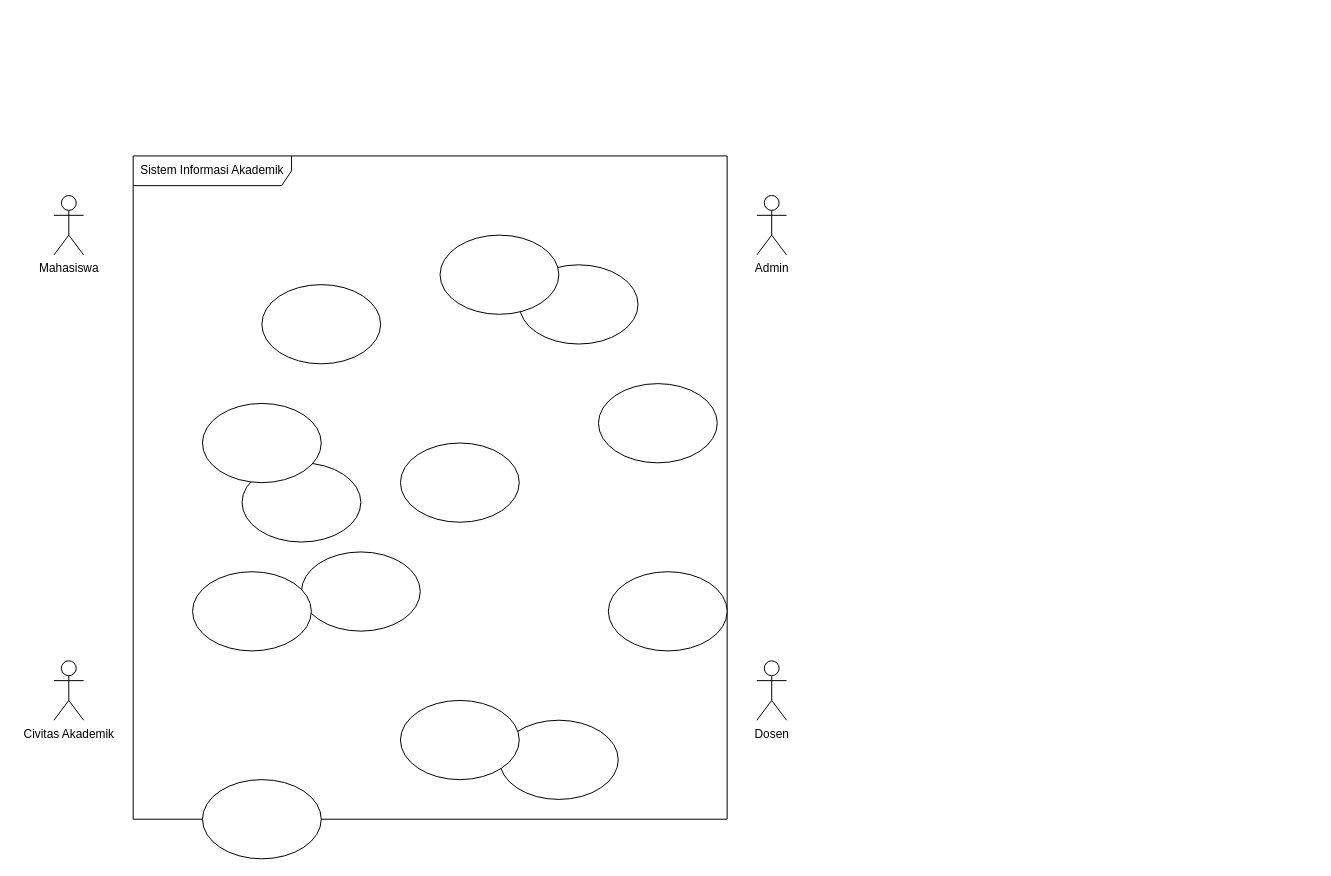
Earlier version of the draw.io diagram 03_latihan_tools/P04/SIA/P04_2406073_SIA_usecase.drawio (2406073-zid/IFRWP5149_2406073_LabAlat). Source tidied: cells renumbered, new cells numbered last; positions are measured from the earlier drawing's top-left corner, leaving out a move shared by most shapes. Both pictures are drawn from the tidied source at 99%, with x=0, y=0 at pixel (53, 155).
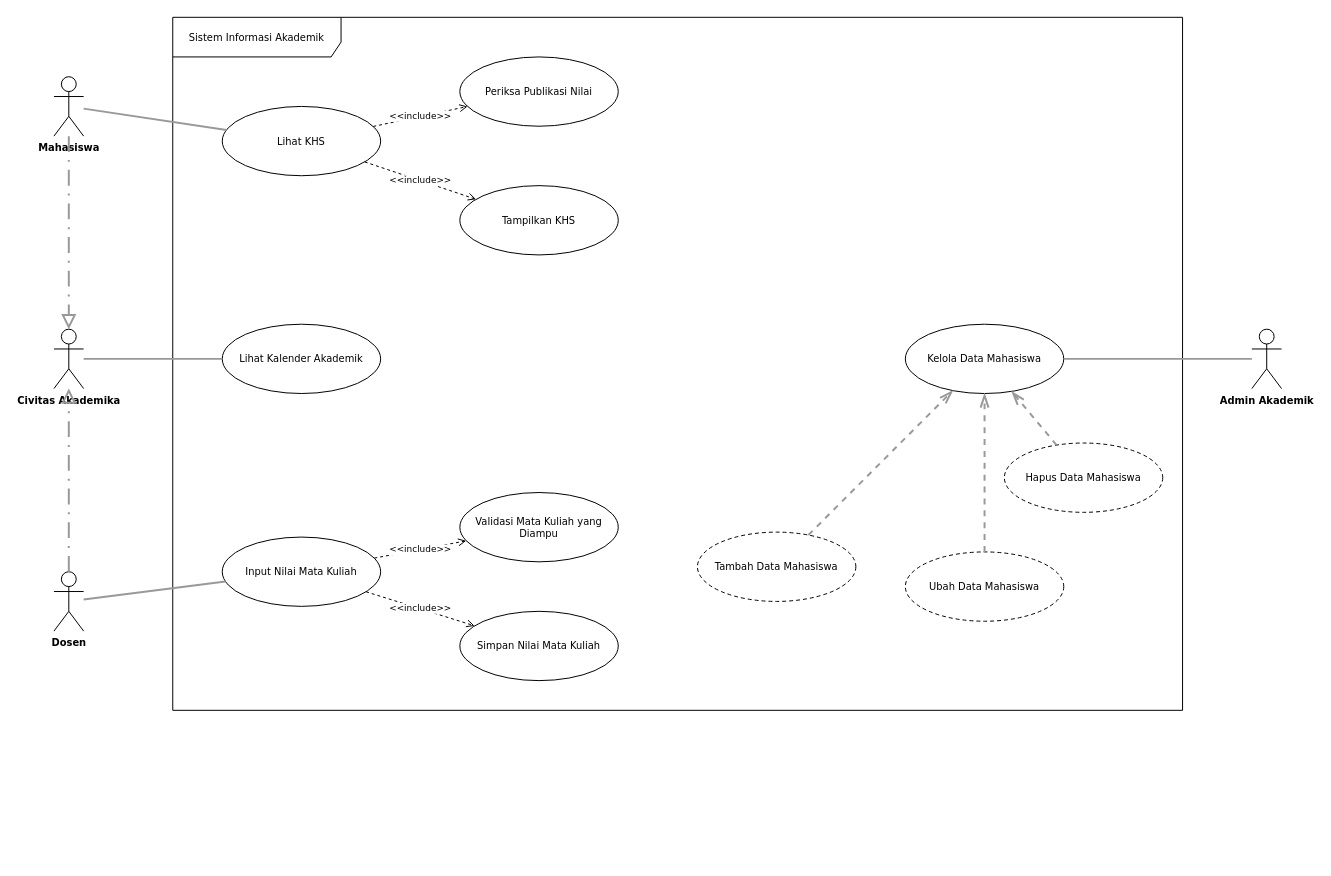
After the change.

Change to the diagram source:
```diff
@@
+    <mxCell id="6" value="Sistem Informasi Akademik" style="shape=umlFrame;whiteSpace=wrap;html=1;width=170;height=40;fontSize=10;fontFamily=Verdana;fillColor=none;strokeColor=#000000;" parent="1" vertex="1">
+      <mxGeometry x="120" y="-140" width="1020" height="700" as="geometry" />
+    </mxCell>
+    <mxCell id="4" value="Mahasiswa" style="shape=umlActor;verticalLabelPosition=bottom;verticalAlign=top;html=1;outlineConnect=0;fontSize=10;fontFamily=Verdana;fontStyle=1;" parent="1" vertex="1">
+      <mxGeometry y="-80" width="30" height="60" as="geometry" />
+    </mxCell>
+    <mxCell id="20" value="Civitas Akademika" style="shape=umlActor;verticalLabelPosition=bottom;verticalAlign=top;html=1;outlineConnect=0;fontSize=10;fontFamily=Verdana;fontStyle=1;" parent="1" vertex="1">
+      <mxGeometry y="175" width="30" height="60" as="geometry" />
+    </mxCell>
-    <mxCell id="2" value="Dosen" style="shape=umlActor;verticalLabelPosition=bottom;verticalAlign=top;html=1;outlineConnect=0;" parent="1" vertex="1">
-      <mxGeometry x="710" y="510" width="30" height="60" as="geometry" />
+    <mxCell id="2" value="Dosen" style="shape=umlActor;verticalLabelPosition=bottom;verticalAlign=top;html=1;outlineConnect=0;fontSize=10;fontFamily=Verdana;fontStyle=1;" parent="1" vertex="1">
+      <mxGeometry y="420" width="30" height="60" as="geometry" />
     </mxCell>
-    <mxCell id="3" value="Admin&lt;div&gt;&lt;br&gt;&lt;/div&gt;" style="shape=umlActor;verticalLabelPosition=bottom;verticalAlign=top;html=1;" parent="1" vertex="1">
-      <mxGeometry x="710" y="40" width="30" height="60" as="geometry" />
-    </mxCell>
-    <mxCell id="4" value="Mahasiswa" style="shape=umlActor;verticalLabelPosition=bottom;verticalAlign=top;html=1;outlineConnect=0;" parent="1" vertex="1">
-      <mxGeometry y="40" width="30" height="60" as="geometry" />
-    </mxCell>
-    <mxCell id="5" value="Civitas Akademik" style="shape=umlActor;verticalLabelPosition=bottom;verticalAlign=top;html=1;" parent="1" vertex="1">
-      <mxGeometry y="510" width="30" height="60" as="geometry" />
-    </mxCell>
-    <mxCell id="6" value="Sistem Informasi Akademik" style="shape=umlFrame;whiteSpace=wrap;html=1;width=160;" parent="1" vertex="1">
-      <mxGeometry x="80" width="600" height="670" as="geometry" />
-    </mxCell>
-    <mxCell id="7" style="ellipse;whiteSpace=wrap;html=1;shapeInside=1;" parent="6" vertex="1">
-      <mxGeometry x="130" y="130" width="120" height="80" as="geometry" />
-    </mxCell>
-    <mxCell id="8" style="ellipse;whiteSpace=wrap;html=1;shapeInside=1;" parent="1" vertex="1">
-      <mxGeometry x="350" y="290" width="120" height="80" as="geometry" />
-    </mxCell>
-    <mxCell id="9" style="ellipse;whiteSpace=wrap;html=1;shapeInside=1;" parent="1" vertex="1">
-      <mxGeometry x="250" y="400" width="120" height="80" as="geometry" />
-    </mxCell>
-    <mxCell id="10" style="ellipse;whiteSpace=wrap;html=1;shapeInside=1;" parent="1" vertex="1">
-      <mxGeometry x="550" y="230" width="120" height="80" as="geometry" />
-    </mxCell>
-    <mxCell id="11" style="ellipse;whiteSpace=wrap;html=1;shapeInside=1;" parent="1" vertex="1">
-      <mxGeometry x="470" y="110" width="120" height="80" as="geometry" />
-    </mxCell>
-    <mxCell id="12" style="ellipse;whiteSpace=wrap;html=1;shapeInside=1;" parent="1" vertex="1">
-      <mxGeometry x="390" y="80" width="120" height="80" as="geometry" />
-    </mxCell>
-    <mxCell id="13" style="ellipse;whiteSpace=wrap;html=1;shapeInside=1;" parent="1" vertex="1">
-      <mxGeometry x="190" y="310" width="120" height="80" as="geometry" />
-    </mxCell>
-    <mxCell id="14" style="ellipse;whiteSpace=wrap;html=1;shapeInside=1;" parent="1" vertex="1">
-      <mxGeometry x="450" y="570" width="120" height="80" as="geometry" />
-    </mxCell>
-    <mxCell id="15" style="ellipse;whiteSpace=wrap;html=1;shapeInside=1;" parent="1" vertex="1">
-      <mxGeometry x="560" y="420" width="120" height="80" as="geometry" />
-    </mxCell>
-    <mxCell id="16" style="ellipse;whiteSpace=wrap;html=1;shapeInside=1;" parent="1" vertex="1">
-      <mxGeometry x="150" y="630" width="120" height="80" as="geometry" />
-    </mxCell>
-    <mxCell id="17" style="ellipse;whiteSpace=wrap;html=1;shapeInside=1;" parent="1" vertex="1">
-      <mxGeometry x="140" y="420" width="120" height="80" as="geometry" />
-    </mxCell>
-    <mxCell id="18" style="ellipse;whiteSpace=wrap;html=1;shapeInside=1;" parent="1" vertex="1">
-      <mxGeometry x="150" y="250" width="120" height="80" as="geometry" />
-    </mxCell>
-    <mxCell id="19" style="ellipse;whiteSpace=wrap;html=1;shapeInside=1;" parent="1" vertex="1">
-      <mxGeometry x="350" y="550" width="120" height="80" as="geometry" />
-    </mxCell>
+    <mxCell id="21" value="Admin Akademik" style="shape=umlActor;verticalLabelPosition=bottom;verticalAlign=top;html=1;outlineConnect=0;fontSize=10;fontFamily=Verdana;fontStyle=1;" parent="1" vertex="1">
+      <mxGeometry x="1210" y="175" width="30" height="60" as="geometry" />
+    </mxCell>
+    <mxCell id="22" value="Lihat Kalender Akademik" style="ellipse;whiteSpace=wrap;html=1;fontSize=10;fontFamily=Verdana;" parent="1" vertex="1">
+      <mxGeometry x="170" y="170" width="160" height="70" as="geometry" />
+    </mxCell>
+    <mxCell id="23" value="Lihat KHS" style="ellipse;whiteSpace=wrap;html=1;fontSize=10;fontFamily=Verdana;" parent="1" vertex="1">
+      <mxGeometry x="170" y="-50" width="160" height="70" as="geometry" />
+    </mxCell>
+    <mxCell id="24" value="Periksa Publikasi Nilai" style="ellipse;whiteSpace=wrap;html=1;fontSize=10;fontFamily=Verdana;" parent="1" vertex="1">
+      <mxGeometry x="410" y="-100" width="160" height="70" as="geometry" />
+    </mxCell>
+    <mxCell id="25" value="Tampilkan KHS" style="ellipse;whiteSpace=wrap;html=1;fontSize=10;fontFamily=Verdana;" parent="1" vertex="1">
+      <mxGeometry x="410" y="30" width="160" height="70" as="geometry" />
+    </mxCell>
+    <mxCell id="26" value="Input Nilai Mata Kuliah" style="ellipse;whiteSpace=wrap;html=1;fontSize=10;fontFamily=Verdana;" parent="1" vertex="1">
+      <mxGeometry x="170" y="385" width="160" height="70" as="geometry" />
+    </mxCell>
+    <mxCell id="27" value="Validasi Mata Kuliah yang Diampu" style="ellipse;whiteSpace=wrap;html=1;fontSize=10;fontFamily=Verdana;" parent="1" vertex="1">
+      <mxGeometry x="410" y="340" width="160" height="70" as="geometry" />
+    </mxCell>
+    <mxCell id="28" value="Simpan Nilai Mata Kuliah" style="ellipse;whiteSpace=wrap;html=1;fontSize=10;fontFamily=Verdana;" parent="1" vertex="1">
+      <mxGeometry x="410" y="460" width="160" height="70" as="geometry" />
+    </mxCell>
+    <mxCell id="29" value="Kelola Data Mahasiswa" style="ellipse;whiteSpace=wrap;html=1;fontSize=10;fontFamily=Verdana;" parent="1" vertex="1">
+      <mxGeometry x="860" y="170" width="160" height="70" as="geometry" />
+    </mxCell>
+    <mxCell id="30" value="Tambah Data Mahasiswa" style="ellipse;dashed=1;dashPattern=4 3;whiteSpace=wrap;html=1;fontSize=10;fontFamily=Verdana;" parent="1" vertex="1">
+      <mxGeometry x="650" y="380" width="160" height="70" as="geometry" />
+    </mxCell>
+    <mxCell id="31" value="Ubah Data Mahasiswa" style="ellipse;dashed=1;dashPattern=4 3;whiteSpace=wrap;html=1;fontSize=10;fontFamily=Verdana;" parent="1" vertex="1">
+      <mxGeometry x="860" y="400" width="160" height="70" as="geometry" />
+    </mxCell>
+    <mxCell id="32" value="Hapus Data Mahasiswa" style="ellipse;dashed=1;dashPattern=4 3;whiteSpace=wrap;html=1;fontSize=10;fontFamily=Verdana;" parent="1" vertex="1">
+      <mxGeometry x="960" y="290" width="160" height="70" as="geometry" />
+    </mxCell>
+    <mxCell id="33" style="endArrow=block;endFill=0;endSize=10;html=1;dashed=1;dashPattern=8 4 1 4;strokeColor=#999999;strokeWidth=2;" parent="1" edge="1" source="4" target="20">
+      <mxGeometry relative="1" as="geometry" />
+    </mxCell>
+    <mxCell id="34" style="endArrow=block;endFill=0;endSize=10;html=1;dashed=1;dashPattern=8 4 1 4;strokeColor=#999999;strokeWidth=2;" parent="1" edge="1" source="2" target="20">
+      <mxGeometry relative="1" as="geometry" />
+    </mxCell>
+    <mxCell id="35" style="endArrow=none;html=1;strokeColor=#999999;strokeWidth=2;" parent="1" edge="1" source="20" target="22">
+      <mxGeometry relative="1" as="geometry" />
+    </mxCell>
+    <mxCell id="36" style="endArrow=none;html=1;strokeColor=#999999;strokeWidth=2;" parent="1" edge="1" source="2" target="26">
+      <mxGeometry relative="1" as="geometry" />
+    </mxCell>
+    <mxCell id="37" style="endArrow=none;html=1;strokeColor=#999999;strokeWidth=2;" parent="1" edge="1" source="4" target="23">
+      <mxGeometry relative="1" as="geometry" />
+    </mxCell>
+    <mxCell id="38" style="endArrow=none;html=1;strokeColor=#999999;strokeWidth=2;" parent="1" edge="1" source="21" target="29">
+      <mxGeometry relative="1" as="geometry" />
+    </mxCell>
+    <mxCell id="39" value="&amp;lt;&amp;lt;include&amp;gt;&amp;gt;" style="endArrow=open;endFill=0;dashed=1;html=1;fontSize=9;fontFamily=Verdana;labelBackgroundColor=#ffffff;" parent="1" edge="1" source="26" target="27">
+      <mxGeometry relative="1" as="geometry" />
+    </mxCell>
+    <mxCell id="40" value="&amp;lt;&amp;lt;include&amp;gt;&amp;gt;" style="endArrow=open;endFill=0;dashed=1;html=1;fontSize=9;fontFamily=Verdana;labelBackgroundColor=#ffffff;" parent="1" edge="1" source="26" target="28">
+      <mxGeometry relative="1" as="geometry" />
+    </mxCell>
+    <mxCell id="41" value="&amp;lt;&amp;lt;include&amp;gt;&amp;gt;" style="endArrow=open;endFill=0;dashed=1;html=1;fontSize=9;fontFamily=Verdana;labelBackgroundColor=#ffffff;" parent="1" edge="1" source="23" target="24">
+      <mxGeometry relative="1" as="geometry" />
+    </mxCell>
+    <mxCell id="42" value="&amp;lt;&amp;lt;include&amp;gt;&amp;gt;" style="endArrow=open;endFill=0;dashed=1;html=1;fontSize=9;fontFamily=Verdana;labelBackgroundColor=#ffffff;" parent="1" edge="1" source="23" target="25">
+      <mxGeometry relative="1" as="geometry" />
+    </mxCell>
+    <mxCell id="43" style="endArrow=openThin;endFill=0;endSize=10;html=1;dashed=1;strokeColor=#999999;strokeWidth=2;" parent="1" edge="1" source="30" target="29">
+      <mxGeometry relative="1" as="geometry" />
+    </mxCell>
+    <mxCell id="44" style="endArrow=openThin;endFill=0;endSize=10;html=1;dashed=1;strokeColor=#999999;strokeWidth=2;" parent="1" edge="1" source="31" target="29">
+      <mxGeometry relative="1" as="geometry" />
+    </mxCell>
+    <mxCell id="45" style="endArrow=openThin;endFill=0;endSize=10;html=1;dashed=1;strokeColor=#999999;strokeWidth=2;" parent="1" edge="1" source="32" target="29">
+      <mxGeometry relative="1" as="geometry" />
+    </mxCell>
```
